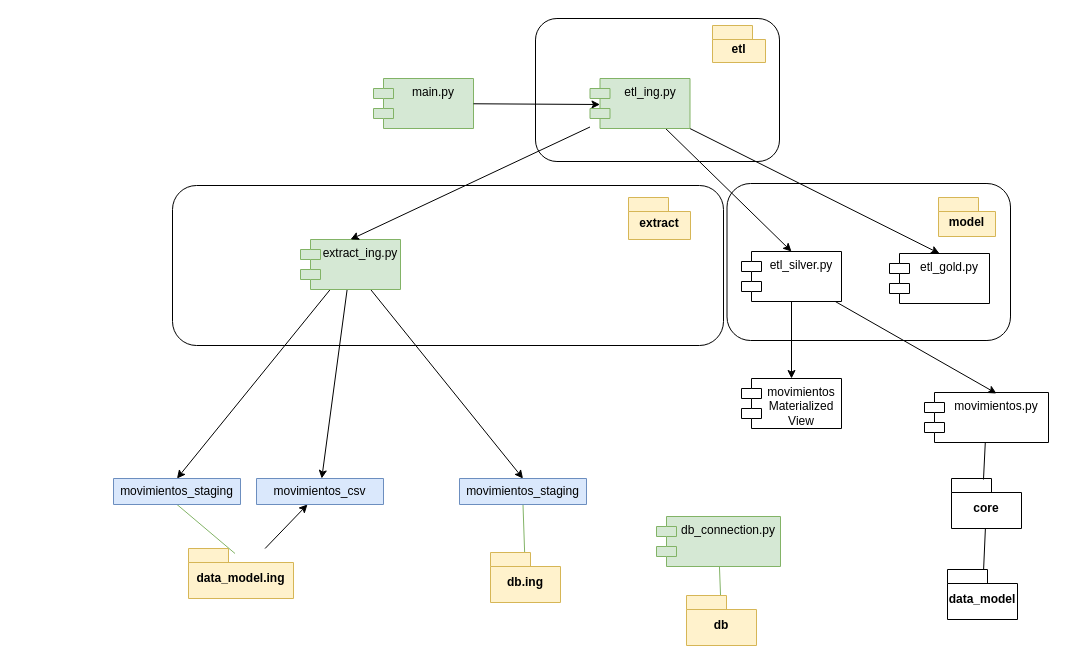
cperezh/DataEng_Patterns keeps this draw.io diagram as page "Diagrama clases" (6 of 7) of diagrams/diagrams.dio. Above is the earlier version. Source tidied: cells renumbered, new cells numbered last; positions are measured from the earlier drawing's top-left corner, leaving out a move shared by most shapes. Both pictures are drawn from the tidied source at 100%, with x=0, y=0 at pixel (113, 18).
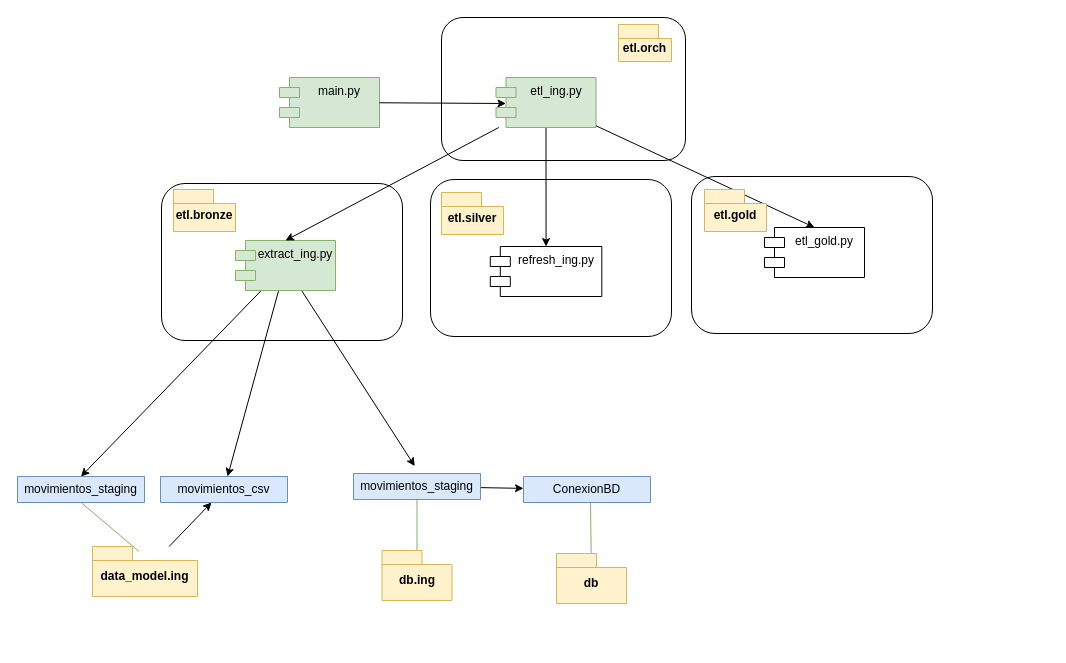
The same diagram, later.

The edit, as a diff of the source:
```diff
@@
+    <mxCell id="39" style="rounded=1;whiteSpace=wrap;html=1;" parent="1" vertex="1">
+      <mxGeometry x="578" y="158" width="241" height="157" as="geometry" />
+    </mxCell>
+    <mxCell id="40" style="rounded=1;whiteSpace=wrap;html=1;" parent="1" vertex="1">
+      <mxGeometry x="317" y="161" width="241" height="157" as="geometry" />
+    </mxCell>
     <mxCell id="2" style="rounded=1;whiteSpace=wrap;html=1;" parent="1" vertex="1">
-      <mxGeometry x="422" width="244" height="143" as="geometry" />
+      <mxGeometry x="328" y="-1" width="244" height="143" as="geometry" />
     </mxCell>
     <mxCell id="3" style="rounded=1;whiteSpace=wrap;html=1;" parent="1" vertex="1">
-      <mxGeometry x="613.5" y="165" width="283.5" height="157" as="geometry" />
+      <mxGeometry x="48" y="165" width="241" height="157" as="geometry" />
     </mxCell>
-    <mxCell id="4" style="rounded=1;whiteSpace=wrap;html=1;" parent="1" vertex="1">
-      <mxGeometry x="59" y="167" width="551" height="160" as="geometry" />
-    </mxCell>
-    <mxCell id="5" value="extract" style="shape=folder;fontStyle=1;spacingTop=10;tabWidth=40;tabHeight=14;tabPosition=left;html=1;whiteSpace=wrap;fillColor=#fff2cc;strokeColor=#d6b656;" parent="1" vertex="1">
-      <mxGeometry x="515" y="179" width="62" height="42" as="geometry" />
+    <mxCell id="5" value="etl.bronze" style="shape=folder;fontStyle=1;spacingTop=10;tabWidth=40;tabHeight=14;tabPosition=left;html=1;whiteSpace=wrap;fillColor=#fff2cc;strokeColor=#d6b656;" parent="1" vertex="1">
+      <mxGeometry x="60" y="171" width="62" height="42" as="geometry" />
     </mxCell>
@@
-    <mxCell id="7" style="edgeStyle=none;html=1;entryX=0.5;entryY=0;entryDx=0;entryDy=0;" parent="1" edge="1" source="9" target="37">
+    <mxCell id="7" style="edgeStyle=none;html=1;entryX=0.482;entryY=-0.285;entryDx=0;entryDy=0;entryPerimeter=0;" parent="1" edge="1" source="9" target="42">
       <mxGeometry relative="1" as="geometry" />
     </mxCell>
@@
     <mxCell id="9" value="extract_ing.py" style="shape=module;align=center;spacingLeft=20;align=center;verticalAlign=top;whiteSpace=wrap;html=1;strokeColor=#82b366;fontFamily=Helvetica;fontSize=12;fillColor=#d5e8d4;" parent="1" vertex="1">
-      <mxGeometry x="187" y="221" width="100" height="50" as="geometry" />
+      <mxGeometry x="122" y="222" width="100" height="50" as="geometry" />
     </mxCell>
     <mxCell id="10" value="main.py" style="shape=module;align=left;spacingLeft=20;align=center;verticalAlign=top;whiteSpace=wrap;html=1;fillColor=#d5e8d4;strokeColor=#82b366;" parent="1" vertex="1">
-      <mxGeometry x="260" y="60" width="100" height="50" as="geometry" />
+      <mxGeometry x="166" y="59" width="100" height="50" as="geometry" />
     </mxCell>
@@
-    <mxCell id="12" style="edgeStyle=none;html=1;entryX=0.5;entryY=0;entryDx=0;entryDy=0;" parent="1" edge="1" source="13" target="38">
-      <mxGeometry relative="1" as="geometry" />
-    </mxCell>
-    <mxCell id="13" value="etl_silver.py" style="shape=module;align=left;spacingLeft=20;align=center;verticalAlign=top;whiteSpace=wrap;html=1;" parent="1" vertex="1">
-      <mxGeometry x="628" y="233" width="100" height="50" as="geometry" />
+    <mxCell id="13" value="refresh_ing.py" style="shape=module;align=left;spacingLeft=20;align=center;verticalAlign=top;whiteSpace=wrap;html=1;" parent="1" vertex="1">
+      <mxGeometry x="376.8" y="228" width="111.5" height="50" as="geometry" />
     </mxCell>
     <mxCell id="14" value="etl_gold.py" style="shape=module;align=left;spacingLeft=20;align=center;verticalAlign=top;whiteSpace=wrap;html=1;" parent="1" vertex="1">
-      <mxGeometry x="776" y="235" width="100" height="50" as="geometry" />
+      <mxGeometry x="651" y="209" width="100" height="50" as="geometry" />
     </mxCell>
-    <mxCell id="15" style="edgeStyle=none;html=1;endArrow=none;endFill=0;fillColor=#d5e8d4;strokeColor=#82b366;" parent="1" edge="1" source="16" target="17">
+    <mxCell id="15" style="edgeStyle=none;html=1;endArrow=none;endFill=0;fillColor=#d5e8d4;strokeColor=#82b366;entryX=0.527;entryY=0.767;entryDx=0;entryDy=0;entryPerimeter=0;" parent="1" edge="1" source="16" target="37">
       <mxGeometry relative="1" as="geometry" />
     </mxCell>
     <mxCell id="16" value="db" style="shape=folder;fontStyle=1;spacingTop=10;tabWidth=40;tabHeight=14;tabPosition=left;html=1;whiteSpace=wrap;fillColor=#fff2cc;strokeColor=#d6b656;" parent="1" vertex="1">
-      <mxGeometry x="573" y="577" width="70" height="50" as="geometry" />
+      <mxGeometry x="443" y="535" width="70" height="50" as="geometry" />
     </mxCell>
-    <mxCell id="17" value="db_connection.py" style="shape=module;align=left;spacingLeft=20;align=center;verticalAlign=top;whiteSpace=wrap;html=1;fillColor=#d5e8d4;strokeColor=#82b366;" parent="1" vertex="1">
-      <mxGeometry x="543" y="498" width="124" height="50" as="geometry" />
-    </mxCell>
-    <mxCell id="18" value="data_model" style="shape=folder;fontStyle=1;spacingTop=10;tabWidth=40;tabHeight=14;tabPosition=left;html=1;whiteSpace=wrap;" parent="1" vertex="1">
-      <mxGeometry x="834" y="551" width="70" height="50" as="geometry" />
-    </mxCell>
-    <mxCell id="19" value="movimientos.py" style="shape=module;align=left;spacingLeft=20;align=center;verticalAlign=top;whiteSpace=wrap;html=1;" parent="1" vertex="1">
-      <mxGeometry x="811" y="374" width="124" height="50" as="geometry" />
-    </mxCell>
-    <mxCell id="20" style="edgeStyle=none;html=1;entryX=0.581;entryY=0.02;entryDx=0;entryDy=0;entryPerimeter=0;" parent="1" edge="1" source="13" target="19">
-      <mxGeometry relative="1" as="geometry" />
-    </mxCell>
@@
     <mxCell id="22" value="data_model.ing" style="shape=folder;fontStyle=1;spacingTop=10;tabWidth=40;tabHeight=14;tabPosition=left;html=1;whiteSpace=wrap;fillColor=#fff2cc;strokeColor=#d6b656;" parent="1" vertex="1">
-      <mxGeometry x="75" y="530" width="105" height="50" as="geometry" />
+      <mxGeometry x="-21" y="528" width="105" height="50" as="geometry" />
     </mxCell>
@@
-    <mxCell id="25" style="edgeStyle=none;html=1;entryX=0.5;entryY=0;entryDx=0;entryDy=0;" parent="1" edge="1" source="26" target="14">
-      <mxGeometry relative="1" as="geometry" />
-    </mxCell>
     <mxCell id="26" value="etl_ing.py" style="shape=module;align=center;spacingLeft=20;align=center;verticalAlign=top;whiteSpace=wrap;html=1;strokeColor=#82b366;fontFamily=Helvetica;fontSize=12;fillColor=#d5e8d4;" parent="1" vertex="1">
-      <mxGeometry x="476.5" y="60" width="100" height="50" as="geometry" />
+      <mxGeometry x="382.5" y="59" width="100" height="50" as="geometry" />
     </mxCell>
-    <mxCell id="27" value="core" style="shape=folder;fontStyle=1;spacingTop=10;tabWidth=40;tabHeight=14;tabPosition=left;html=1;whiteSpace=wrap;" parent="1" vertex="1">
-      <mxGeometry x="838" y="460" width="70" height="50" as="geometry" />
-    </mxCell>
-    <mxCell id="28" style="edgeStyle=none;html=1;entryX=0.457;entryY=0.02;entryDx=0;entryDy=0;entryPerimeter=0;endArrow=none;endFill=0;" parent="1" edge="1" source="19" target="27">
-      <mxGeometry relative="1" as="geometry" />
-    </mxCell>
@@
-    <mxCell id="30" style="edgeStyle=none;html=1;endArrow=none;endFill=0;" parent="1" edge="1" source="27" target="18">
-      <mxGeometry relative="1" as="geometry" />
-    </mxCell>
     <mxCell id="31" value="movimientos_csv" style="swimlane;fontStyle=0;horizontal=1;startSize=26;fillColor=#dae8fc;whiteSpace=wrap;html=1;strokeColor=#6c8ebf;" parent="1" vertex="1" collapsed="1">
-      <mxGeometry x="143" y="460" width="127" height="26" as="geometry" />
+      <mxGeometry x="47" y="458" width="127" height="26" as="geometry" />
     </mxCell>
     <mxCell id="32" value="movimientos_staging" style="swimlane;fontStyle=0;horizontal=1;startSize=26;fillColor=#dae8fc;whiteSpace=wrap;html=1;strokeColor=#6c8ebf;" parent="1" vertex="1" collapsed="1">
-      <mxGeometry y="460" width="127" height="26" as="geometry" />
+      <mxGeometry x="-96" y="458" width="127" height="26" as="geometry" />
     </mxCell>
-    <mxCell id="33" value="model" style="shape=folder;fontStyle=1;spacingTop=10;tabWidth=40;tabHeight=14;tabPosition=left;html=1;whiteSpace=wrap;fillColor=#fff2cc;strokeColor=#d6b656;" parent="1" vertex="1">
-      <mxGeometry x="825" y="179" width="57" height="39" as="geometry" />
-    </mxCell>
-    <mxCell id="34" value="etl" style="shape=folder;fontStyle=1;spacingTop=10;tabWidth=40;tabHeight=14;tabPosition=left;html=1;whiteSpace=wrap;fillColor=#fff2cc;strokeColor=#d6b656;" parent="1" vertex="1">
-      <mxGeometry x="599" y="7" width="53" height="37" as="geometry" />
+    <mxCell id="34" value="etl.orch" style="shape=folder;fontStyle=1;spacingTop=10;tabWidth=40;tabHeight=14;tabPosition=left;html=1;whiteSpace=wrap;fillColor=#fff2cc;strokeColor=#d6b656;" parent="1" vertex="1">
+      <mxGeometry x="505" y="6" width="53" height="37" as="geometry" />
     </mxCell>
-    <mxCell id="35" style="edgeStyle=none;html=1;endArrow=none;endFill=0;fillColor=#d5e8d4;strokeColor=#82b366;entryX=0.5;entryY=1;entryDx=0;entryDy=0;" parent="1" edge="1" source="36" target="37">
+    <mxCell id="35" style="edgeStyle=none;html=1;endArrow=none;endFill=0;fillColor=#d5e8d4;strokeColor=#82b366;" parent="1" edge="1" source="36" target="42">
       <mxGeometry relative="1" as="geometry" />
     </mxCell>
     <mxCell id="36" value="db.ing" style="shape=folder;fontStyle=1;spacingTop=10;tabWidth=40;tabHeight=14;tabPosition=left;html=1;whiteSpace=wrap;fillColor=#fff2cc;strokeColor=#d6b656;" parent="1" vertex="1">
-      <mxGeometry x="377" y="534" width="70" height="50" as="geometry" />
+      <mxGeometry x="268.5" y="532" width="70" height="50" as="geometry" />
     </mxCell>
-    <mxCell id="37" value="movimientos_staging" style="swimlane;fontStyle=0;horizontal=1;startSize=26;fillColor=#dae8fc;whiteSpace=wrap;html=1;strokeColor=#6c8ebf;" parent="1" vertex="1" collapsed="1">
-      <mxGeometry x="346" y="460" width="127" height="26" as="geometry" />
+    <mxCell id="37" value="ConexionBD" style="swimlane;fontStyle=0;horizontal=1;startSize=26;fillColor=#dae8fc;whiteSpace=wrap;html=1;strokeColor=#6c8ebf;" parent="1" vertex="1" collapsed="1">
+      <mxGeometry x="410" y="458" width="127" height="26" as="geometry" />
     </mxCell>
-    <mxCell id="38" value="movimientos Materialized View" style="shape=module;align=left;spacingLeft=20;align=center;verticalAlign=top;whiteSpace=wrap;html=1;" parent="1" vertex="1">
-      <mxGeometry x="628" y="360" width="100" height="50" as="geometry" />
-    </mxCell>
+    <mxCell id="41" style="edgeStyle=none;html=1;" parent="1" edge="1" source="42" target="37">
+      <mxGeometry relative="1" as="geometry" />
+    </mxCell>
+    <mxCell id="42" value="movimientos_staging" style="swimlane;fontStyle=0;horizontal=1;startSize=26;fillColor=#dae8fc;whiteSpace=wrap;html=1;strokeColor=#6c8ebf;" parent="1" vertex="1" collapsed="1">
+      <mxGeometry x="240" y="455" width="127" height="26" as="geometry" />
+    </mxCell>
+    <mxCell id="43" value="etl.silver" style="shape=folder;fontStyle=1;spacingTop=10;tabWidth=40;tabHeight=14;tabPosition=left;html=1;whiteSpace=wrap;fillColor=#fff2cc;strokeColor=#d6b656;" parent="1" vertex="1">
+      <mxGeometry x="328" y="174" width="62" height="42" as="geometry" />
+    </mxCell>
+    <mxCell id="25" style="edgeStyle=none;html=1;entryX=0.5;entryY=0;entryDx=0;entryDy=0;" parent="1" edge="1" source="26" target="14">
+      <mxGeometry relative="1" as="geometry" />
+    </mxCell>
+    <mxCell id="44" value="etl.gold" style="shape=folder;fontStyle=1;spacingTop=10;tabWidth=40;tabHeight=14;tabPosition=left;html=1;whiteSpace=wrap;fillColor=#fff2cc;strokeColor=#d6b656;" parent="1" vertex="1">
+      <mxGeometry x="591" y="171" width="62" height="42" as="geometry" />
+    </mxCell>
```
